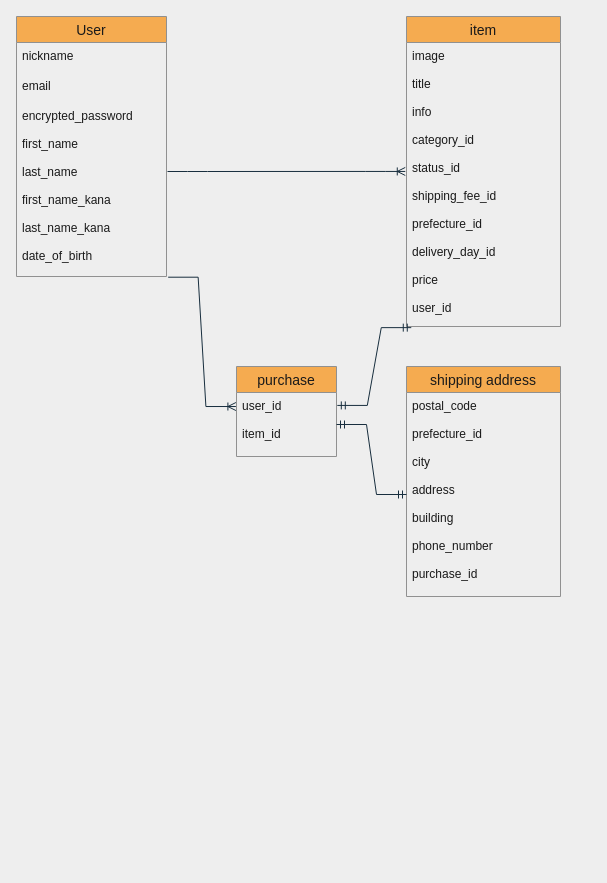
Before: er.dio in shotaogw/furima-33109, a draw.io diagram. Source tidied: cells renumbered, new cells numbered last; positions are measured from the earlier drawing's top-left corner, leaving out a move shared by most shapes. Both pictures are drawn from the tidied source at 100%, with x=0, y=0 at pixel (16, 16).
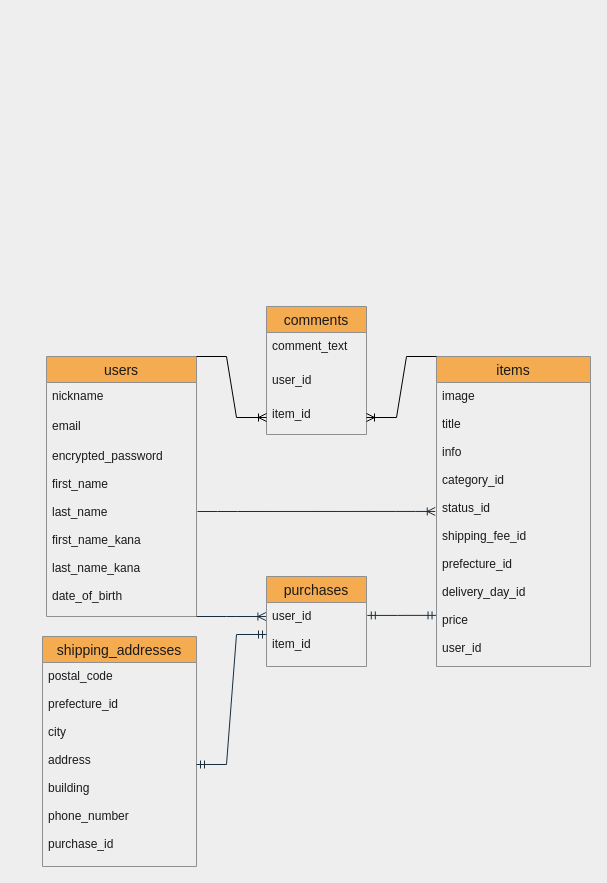
The same page after the edit.

Unchanged cells that the change refers to:
```xml
<mxCell id="5" value="encrypted_password&#10;&#10;first_name&#10;&#10;last_name&#10;&#10;first_name_kana&#10;&#10;last_name_kana&#10;&#10;date_of_birth" style="text;strokeColor=none;fillColor=none;spacingLeft=4;spacingRight=4;overflow=hidden;points=[[0,0.5],[1,0.5]];portConstraint=eastwest;fontSize=12;fontColor=#1A1A1A;" parent="2" vertex="1">
  <mxGeometry y="86" width="150" height="174" as="geometry" />
</mxCell>
<mxCell id="7" value="image&#10;&#10;title&#10;&#10;info&#10;&#10;category_id&#10;&#10;status_id&#10;&#10;shipping_fee_id&#10;&#10;prefecture_id&#10;&#10;delivery_day_id&#10;&#10;price&#10;&#10;user_id" style="text;strokeColor=none;fillColor=none;spacingLeft=4;spacingRight=4;overflow=hidden;points=[[0,0.5],[1,0.5]];portConstraint=eastwest;fontSize=12;fontColor=#1A1A1A;" parent="6" vertex="1">
  <mxGeometry y="26" width="154" height="284" as="geometry" />
</mxCell>
<mxCell id="10" value="user_id&#10;&#10;item_id" style="text;strokeColor=none;fillColor=none;spacingLeft=4;spacingRight=4;overflow=hidden;points=[[0,0.5],[1,0.5]];portConstraint=eastwest;fontSize=12;fontColor=#1A1A1A;" parent="9" vertex="1">
  <mxGeometry y="26" width="100" height="64" as="geometry" />
</mxCell>
<mxCell id="14" value="postal_code&#10;&#10;prefecture_id&#10;&#10;city&#10;&#10;address&#10;&#10;building&#10;&#10;phone_number&#10;&#10;purchase_id" style="text;strokeColor=none;fillColor=none;spacingLeft=4;spacingRight=4;overflow=hidden;points=[[0,0.5],[1,0.5]];portConstraint=eastwest;fontSize=12;fontColor=#1A1A1A;" parent="13" vertex="1">
  <mxGeometry y="26" width="154" height="204" as="geometry" />
</mxCell>
```

What changed in the source:
```diff
@@
-    <mxCell id="2" value="User" style="swimlane;fontStyle=0;horizontal=1;startSize=26;align=center;fontSize=14;fillColor=#F5AB50;strokeColor=#909090;fontColor=#1A1A1A;" parent="1" vertex="1">
-      <mxGeometry width="150" height="260" as="geometry" />
+    <mxCell id="2" value="users" style="swimlane;fontStyle=0;horizontal=1;startSize=26;align=center;fontSize=14;fillColor=#F5AB50;strokeColor=#909090;fontColor=#1A1A1A;" parent="1" vertex="1">
+      <mxGeometry x="30" y="340" width="150" height="260" as="geometry" />
     </mxCell>
@@
-    <mxCell id="6" value="item" style="swimlane;fontStyle=0;horizontal=1;startSize=26;align=center;fontSize=14;fillColor=#F5AB50;strokeColor=#909090;fontColor=#1A1A1A;" parent="1" vertex="1">
-      <mxGeometry x="390" width="154" height="310" as="geometry" />
+    <mxCell id="6" value="items" style="swimlane;fontStyle=0;horizontal=1;startSize=26;align=center;fontSize=14;fillColor=#F5AB50;strokeColor=#909090;fontColor=#1A1A1A;" parent="1" vertex="1">
+      <mxGeometry x="420" y="340" width="154" height="310" as="geometry" />
     </mxCell>
@@
     <mxCell id="8" style="edgeStyle=entityRelationEdgeStyle;fontSize=12;html=1;endArrow=ERoneToMany;strokeColor=#182E3E;fontColor=#1A1A1A;labelBackgroundColor=#EEEEEE;entryX=-0.008;entryY=0.454;entryDx=0;entryDy=0;entryPerimeter=0;" parent="1" edge="1" target="7">
       <mxGeometry relative="1" as="geometry">
-        <mxPoint x="151" y="155" as="sourcePoint" />
+        <mxPoint x="181" y="495" as="sourcePoint" />
       </mxGeometry>
     </mxCell>
-    <mxCell id="9" value="purchase" style="swimlane;fontStyle=0;horizontal=1;startSize=26;align=center;fontSize=14;fillColor=#F5AB50;strokeColor=#909090;fontColor=#1A1A1A;" parent="1" vertex="1">
-      <mxGeometry x="220" y="350" width="100" height="90" as="geometry" />
+    <mxCell id="9" value="purchases" style="swimlane;fontStyle=0;horizontal=1;startSize=26;align=center;fontSize=14;fillColor=#F5AB50;strokeColor=#909090;fontColor=#1A1A1A;" parent="1" vertex="1">
+      <mxGeometry x="250" y="560" width="100" height="90" as="geometry" />
     </mxCell>
@@
+    <mxCell id="16" style="edgeStyle=orthogonalEdgeStyle;rounded=0;orthogonalLoop=1;jettySize=auto;html=1;exitX=1;exitY=0.5;exitDx=0;exitDy=0;strokeColor=#000000;" parent="9" edge="1" source="10" target="10">
+      <mxGeometry relative="1" as="geometry" />
+    </mxCell>
-    <mxCell id="11" style="edgeStyle=entityRelationEdgeStyle;fontSize=12;html=1;endArrow=ERoneToMany;entryX=-0.006;entryY=0.219;entryDx=0;entryDy=0;entryPerimeter=0;rounded=0;exitX=1.011;exitY=1.004;exitDx=0;exitDy=0;exitPerimeter=0;strokeColor=#182E3E;fontColor=#1A1A1A;labelBackgroundColor=#EEEEEE;" parent="1" edge="1" source="5" target="10">
-      <mxGeometry relative="1" as="geometry" />
+    <mxCell id="11" style="edgeStyle=entityRelationEdgeStyle;fontSize=12;html=1;endArrow=ERoneToMany;entryX=-0.006;entryY=0.219;entryDx=0;entryDy=0;entryPerimeter=0;rounded=0;strokeColor=#182E3E;fontColor=#1A1A1A;labelBackgroundColor=#EEEEEE;" parent="1" edge="1" target="10">
+      <mxGeometry relative="1" as="geometry">
+        <mxPoint x="180" y="600" as="sourcePoint" />
+      </mxGeometry>
     </mxCell>
-    <mxCell id="12" style="edgeStyle=entityRelationEdgeStyle;fontSize=12;html=1;endArrow=ERmandOne;startArrow=ERmandOne;rounded=0;exitX=0.031;exitY=1.004;exitDx=0;exitDy=0;exitPerimeter=0;entryX=1.008;entryY=0.202;entryDx=0;entryDy=0;entryPerimeter=0;strokeColor=#182E3E;fontColor=#1A1A1A;labelBackgroundColor=#EEEEEE;" parent="1" edge="1" source="7" target="10">
+    <mxCell id="12" style="edgeStyle=entityRelationEdgeStyle;fontSize=12;html=1;endArrow=ERmandOne;startArrow=ERmandOne;rounded=0;exitX=-0.003;exitY=0.82;exitDx=0;exitDy=0;exitPerimeter=0;entryX=1.008;entryY=0.202;entryDx=0;entryDy=0;entryPerimeter=0;strokeColor=#182E3E;fontColor=#1A1A1A;labelBackgroundColor=#EEEEEE;" parent="1" edge="1" source="7" target="10">
       <mxGeometry relative="1" as="geometry" />
     </mxCell>
-    <mxCell id="13" value="shipping address" style="swimlane;fontStyle=0;horizontal=1;startSize=26;align=center;fontSize=14;fillColor=#F5AB50;strokeColor=#909090;fontColor=#1A1A1A;" parent="1" vertex="1">
-      <mxGeometry x="390" y="350" width="154" height="230" as="geometry" />
+    <mxCell id="13" value="shipping_addresses" style="swimlane;fontStyle=0;horizontal=1;startSize=26;align=center;fontSize=14;fillColor=#F5AB50;strokeColor=#909090;fontColor=#1A1A1A;" parent="1" vertex="1">
+      <mxGeometry x="26" y="620" width="154" height="230" as="geometry" />
     </mxCell>
@@
+    <mxCell id="17" value="comments" style="swimlane;fontStyle=0;horizontal=1;startSize=26;align=center;fontSize=14;fillColor=#F5AB50;strokeColor=#909090;fontColor=#1A1A1A;" parent="1" vertex="1">
+      <mxGeometry x="250" y="290" width="100" height="128" as="geometry" />
+    </mxCell>
+    <mxCell id="18" value="comment_text" style="text;strokeColor=none;fillColor=none;spacingLeft=4;spacingRight=4;overflow=hidden;fontSize=12;fontColor=#1A1A1A;" parent="17" vertex="1">
+      <mxGeometry y="26" width="100" height="34" as="geometry" />
+    </mxCell>
+    <mxCell id="19" value="user_id" style="text;strokeColor=none;fillColor=none;spacingLeft=4;spacingRight=4;overflow=hidden;fontSize=12;fontColor=#1A1A1A;" parent="17" vertex="1">
+      <mxGeometry y="60" width="100" height="34" as="geometry" />
+    </mxCell>
+    <mxCell id="20" value="item_id" style="text;strokeColor=none;fillColor=none;spacingLeft=4;spacingRight=4;overflow=hidden;points=[[0,0.5],[1,0.5]];portConstraint=eastwest;fontSize=12;fontColor=#1A1A1A;" parent="17" vertex="1">
+      <mxGeometry y="94" width="100" height="34" as="geometry" />
+    </mxCell>
+    <mxCell id="21" style="edgeStyle=entityRelationEdgeStyle;fontSize=12;html=1;endArrow=ERoneToMany;exitX=0;exitY=0;exitDx=0;exitDy=0;rounded=0;strokeColor=#000000;" parent="1" edge="1" source="6" target="20">
+      <mxGeometry relative="1" as="geometry" />
+    </mxCell>
+    <mxCell id="22" style="edgeStyle=entityRelationEdgeStyle;fontSize=12;html=1;endArrow=ERoneToMany;exitX=1;exitY=0;exitDx=0;exitDy=0;rounded=0;strokeColor=#000000;entryX=0;entryY=0.5;entryDx=0;entryDy=0;" parent="1" edge="1" source="2" target="20">
+      <mxGeometry relative="1" as="geometry" />
+    </mxCell>
-    <mxCell id="15" style="edgeStyle=entityRelationEdgeStyle;fontSize=12;html=1;endArrow=ERmandOne;startArrow=ERmandOne;exitX=1;exitY=0.5;exitDx=0;exitDy=0;rounded=0;strokeColor=#182E3E;fontColor=#1A1A1A;labelBackgroundColor=#EEEEEE;" parent="1" edge="1" source="10" target="14">
+    <mxCell id="15" style="edgeStyle=entityRelationEdgeStyle;fontSize=12;html=1;endArrow=ERmandOne;startArrow=ERmandOne;rounded=0;strokeColor=#182E3E;fontColor=#1A1A1A;labelBackgroundColor=#EEEEEE;exitX=0;exitY=0.5;exitDx=0;exitDy=0;" parent="1" edge="1" source="10" target="14">
       <mxGeometry relative="1" as="geometry" />
     </mxCell>
```
